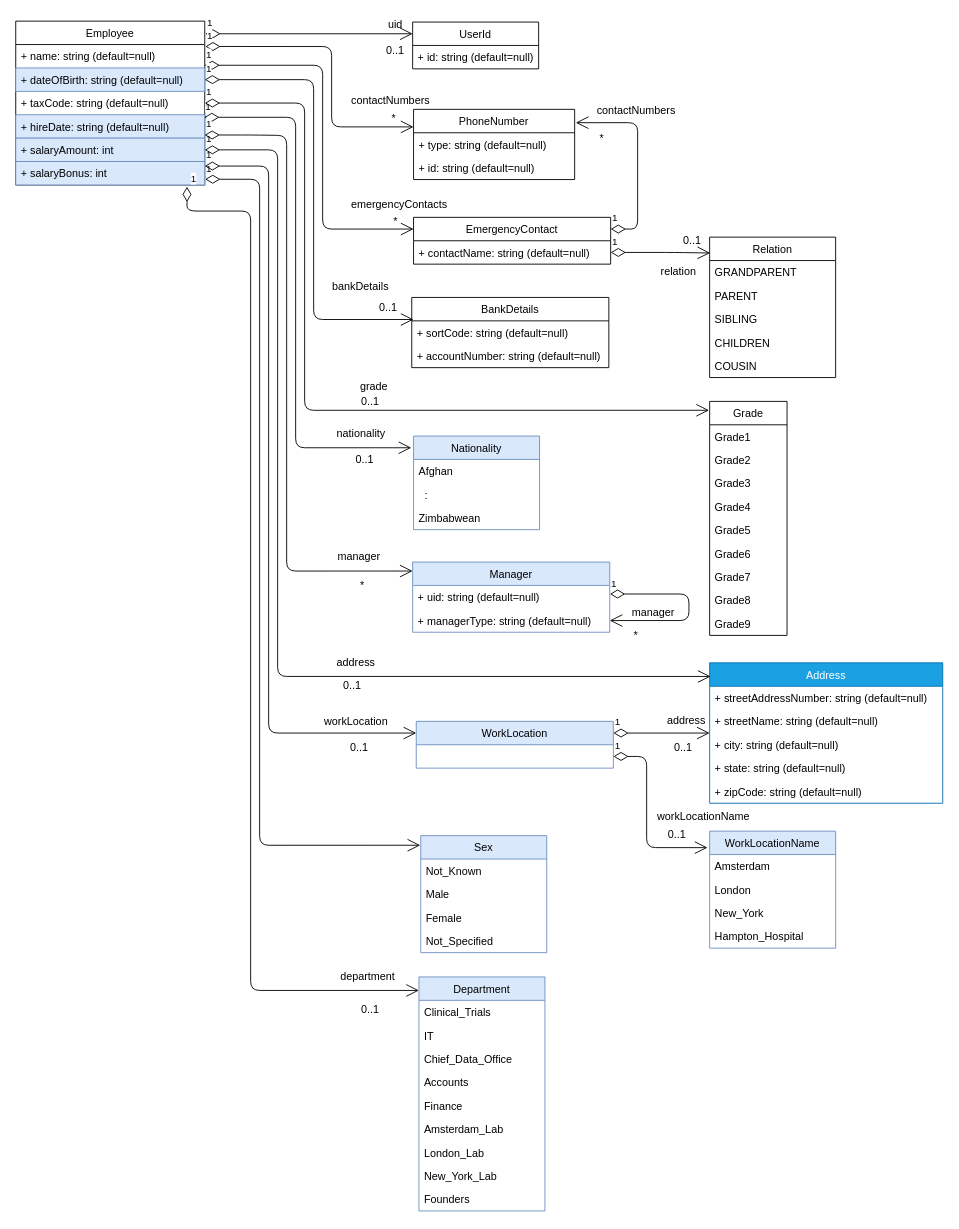
This is page "Salary Analysis Model" (9 of 10) of demo-notebooks/images/data-access-methods.drawio from odpi/egeria-palisade, a draw.io file, before an edit. Source tidied: cells renumbered, new cells numbered last; positions are measured from the earlier drawing's top-left corner, leaving out a move shared by most shapes. Both pictures are drawn from the tidied source at 90%, with x=0, y=0 at pixel (15, 15).
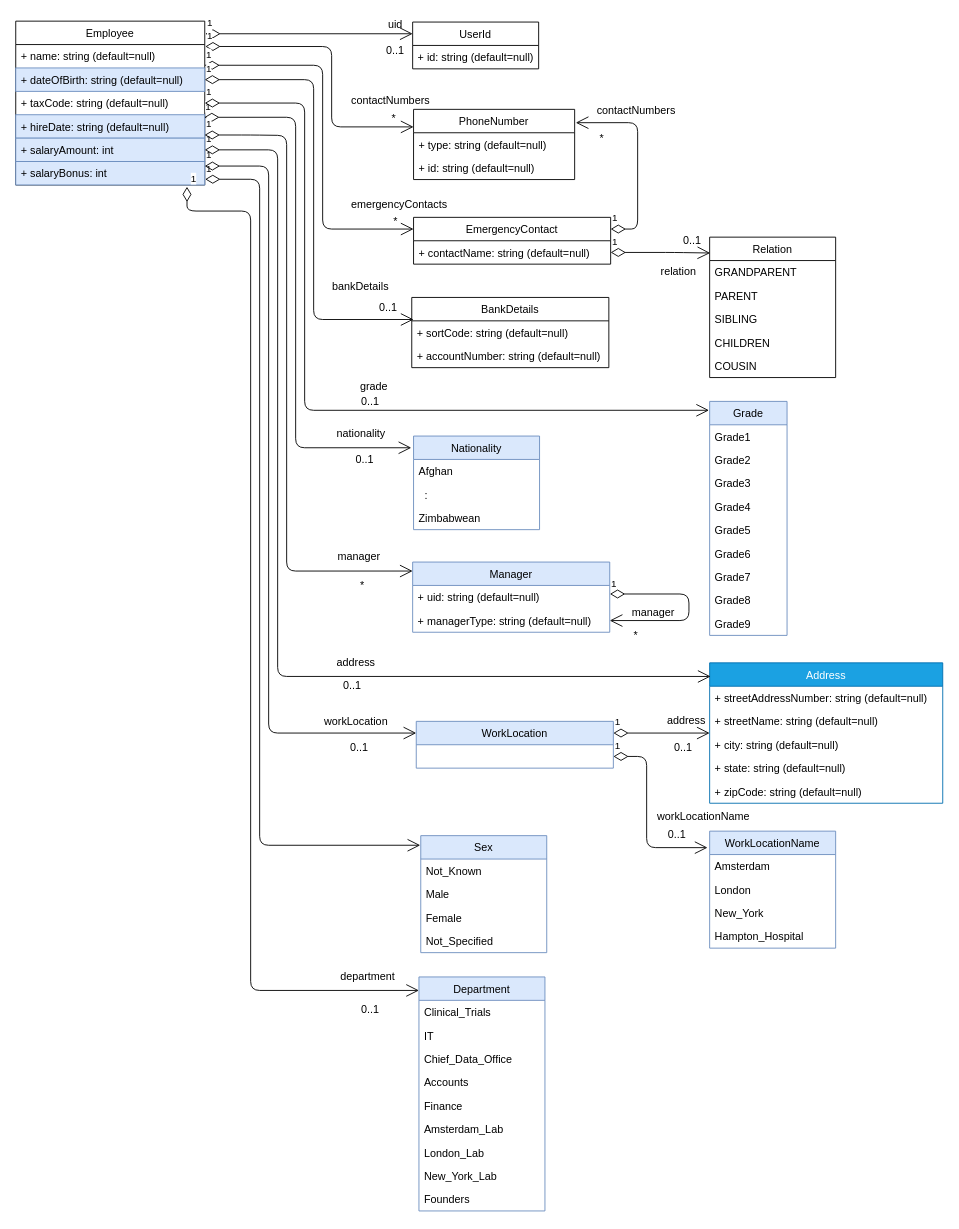
The same page after the edit.

What changed in the source:
```diff
@@
-    <mxCell id="73" value="Grade" style="swimlane;fontStyle=0;horizontal=1;startSize=26;fillColor=none;" parent="1" vertex="1">
+    <mxCell id="73" value="Grade" style="swimlane;fontStyle=0;horizontal=1;startSize=26;fillColor=#dae8fc;strokeColor=#6c8ebf;" parent="1" vertex="1">
       <mxGeometry x="771" y="428.5" width="86" height="260" as="geometry" />
     </mxCell>
```
